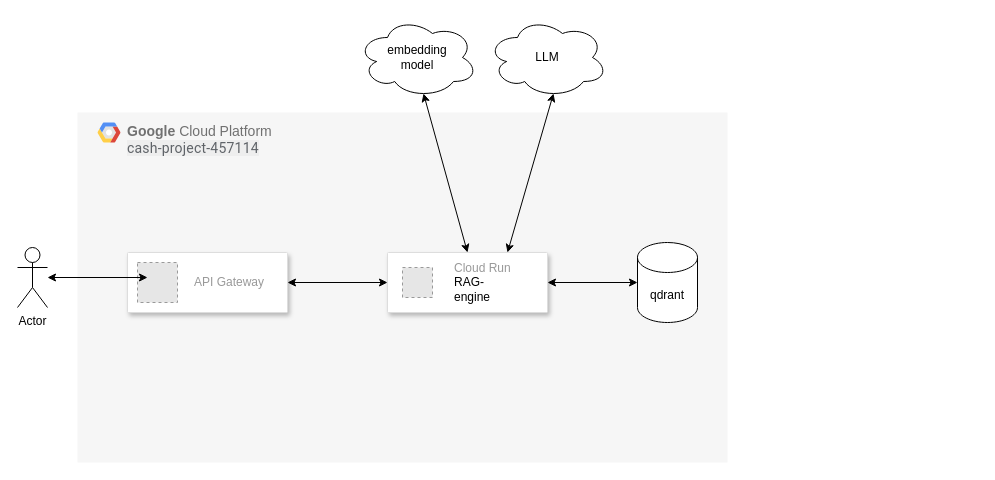
The draw.io diagram docs/infrastructure.drawio in mila-ai4h/rag_tool, before the edit. Source tidied: cells renumbered, new cells numbered last; positions are measured from the earlier drawing's top-left corner, leaving out a move shared by most shapes. Both pictures are drawn from the tidied source at 100%, with x=0, y=0 at pixel (17, 17). Pictures stored in the file or linked from it are replaced by grey dashed boxes.
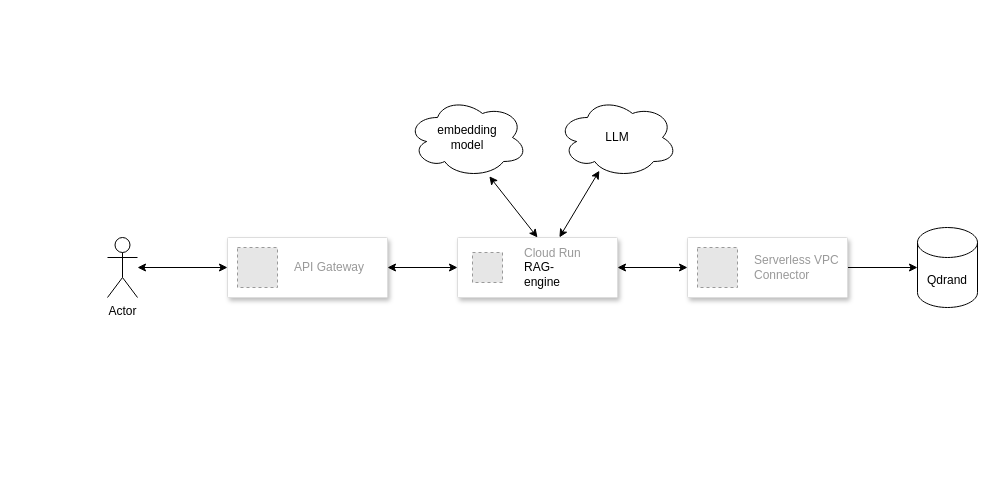
After the change.

Change to the diagram source:
```diff
@@
-    <mxCell id="2" value="&lt;b&gt;Google &lt;/b&gt;Cloud Platform&lt;div&gt;&lt;span style=&quot;color: rgb(95, 99, 104); font-family: Roboto, sans-serif; letter-spacing: 0.2px; background-color: rgba(60, 64, 67, 0.04);&quot;&gt;cash-project-457114&lt;/span&gt;&lt;/div&gt;" style="fillColor=#F6F6F6;strokeColor=none;shadow=0;gradientColor=none;fontSize=14;align=left;spacing=10;fontColor=#717171;9E9E9E;verticalAlign=top;spacingTop=-4;fontStyle=0;spacingLeft=40;html=1;whiteSpace=wrap;" parent="1" vertex="1">
-      <mxGeometry x="60" y="95" width="650" height="350" as="geometry" />
-    </mxCell>
-    <mxCell id="3" style="shape=mxgraph.gcp2.google_cloud_platform;fillColor=#F6F6F6;strokeColor=none;shadow=0;gradientColor=none;" parent="2" vertex="1">
-      <mxGeometry width="23" height="20" relative="1" as="geometry">
-        <mxPoint x="20" y="10" as="offset" />
-      </mxGeometry>
-    </mxCell>
-    <mxCell id="4" style="strokeColor=#dddddd;shadow=1;strokeWidth=1;rounded=1;absoluteArcSize=1;arcSize=2;" parent="2" vertex="1">
-      <mxGeometry x="310" y="140" width="160" height="60" as="geometry" />
-    </mxCell>
-    <mxCell id="5" value="Cloud Run&lt;br&gt;&lt;span style=&quot;color: rgb(0, 0, 0); text-align: center; text-wrap-mode: wrap;&quot;&gt;RAG-engine&lt;/span&gt;" style="fillColor=#E6E6E6;strokeColor=#999999;dashed=1;html=1;fontColor=#999999;verticalLabelPosition=middle;verticalAlign=middle;labelPosition=right;align=left;spacingLeft=20;" parent="4" vertex="1">
-      <mxGeometry width="30" height="30" relative="1" as="geometry">
-        <mxPoint x="15" y="15" as="offset" />
-      </mxGeometry>
-    </mxCell>
-    <mxCell id="6" style="edgeStyle=none;html=1;startArrow=classic;startFill=1;" parent="2" edge="1" source="7">
-      <mxGeometry relative="1" as="geometry">
-        <mxPoint x="310" y="170" as="targetPoint" />
-      </mxGeometry>
-    </mxCell>
-    <mxCell id="7" style="strokeColor=#dddddd;shadow=1;strokeWidth=1;rounded=1;absoluteArcSize=1;arcSize=2;" parent="2" vertex="1">
-      <mxGeometry x="50" y="140" width="160" height="60" as="geometry" />
-    </mxCell>
-    <mxCell id="8" value="API Gateway" style="fillColor=#E6E6E6;strokeColor=#999999;dashed=1;html=1;fontColor=#999999;verticalLabelPosition=middle;verticalAlign=middle;labelPosition=right;align=left;spacingLeft=20;" parent="7" vertex="1">
-      <mxGeometry width="30" height="30" relative="1" as="geometry">
-        <mxPoint x="15" y="15" as="offset" />
-      </mxGeometry>
-    </mxCell>
-    <mxCell id="9" style="fillColor=#E6E6E6;strokeColor=#999999;dashed=1;html=1;verticalAlign=top;labelPosition=center;verticalLabelPosition=bottom;align=center;spacingTop=-6;fontSize=11;fontStyle=1;fontColor=#999999;" parent="7" vertex="1">
-      <mxGeometry x="10" y="10" width="40" height="40" as="geometry" />
-    </mxCell>
-    <mxCell id="10" value="qdrant" style="shape=cylinder3;whiteSpace=wrap;html=1;boundedLbl=1;backgroundOutline=1;size=15;" parent="2" vertex="1">
-      <mxGeometry x="560" y="130" width="60" height="80" as="geometry" />
-    </mxCell>
-    <mxCell id="11" style="edgeStyle=none;html=1;startArrow=classic;startFill=1;" parent="2" edge="1" source="4" target="10">
-      <mxGeometry relative="1" as="geometry" />
-    </mxCell>
-    <mxCell id="12" style="edgeStyle=none;html=1;exitX=0.55;exitY=0.95;exitDx=0;exitDy=0;exitPerimeter=0;startArrow=classic;startFill=1;entryX=0.5;entryY=0;entryDx=0;entryDy=0;" parent="1" edge="1" source="13" target="4">
+    <mxCell id="12" style="edgeStyle=none;html=1;exitX=0.682;exitY=0.985;exitDx=0;exitDy=0;exitPerimeter=0;startArrow=classic;startFill=1;entryX=0.5;entryY=0;entryDx=0;entryDy=0;" parent="1" edge="1" source="13" target="4">
       <mxGeometry relative="1" as="geometry" />
     </mxCell>
     <mxCell id="13" value="embedding&lt;br&gt;model" style="ellipse;shape=cloud;whiteSpace=wrap;html=1;" parent="1" vertex="1">
-      <mxGeometry x="340" width="120" height="80" as="geometry" />
+      <mxGeometry x="390" y="80" width="120" height="80" as="geometry" />
     </mxCell>
     <mxCell id="14" value="LLM" style="ellipse;shape=cloud;whiteSpace=wrap;html=1;" parent="1" vertex="1">
-      <mxGeometry x="470" width="120" height="80" as="geometry" />
+      <mxGeometry x="540" y="80" width="120" height="80" as="geometry" />
     </mxCell>
-    <mxCell id="15" style="edgeStyle=none;html=1;exitX=0.55;exitY=0.95;exitDx=0;exitDy=0;exitPerimeter=0;entryX=0.75;entryY=0;entryDx=0;entryDy=0;startArrow=classic;startFill=1;" parent="1" edge="1" source="14" target="4">
+    <mxCell id="15" style="edgeStyle=none;html=1;entryX=0.637;entryY=-0.002;entryDx=0;entryDy=0;startArrow=classic;startFill=1;exitX=0.349;exitY=0.915;exitDx=0;exitDy=0;exitPerimeter=0;entryPerimeter=0;" parent="1" edge="1" source="14" target="4">
       <mxGeometry relative="1" as="geometry" />
     </mxCell>
-    <mxCell id="16" style="edgeStyle=none;html=1;startArrow=classic;startFill=1;" parent="1" edge="1" source="17">
-      <mxGeometry relative="1" as="geometry">
-        <mxPoint x="130" y="260" as="targetPoint" />
-      </mxGeometry>
+    <mxCell id="16" style="edgeStyle=none;html=1;startArrow=classic;startFill=1;entryX=0;entryY=0.5;entryDx=0;entryDy=0;" parent="1" edge="1" source="17" target="7">
+      <mxGeometry relative="1" as="geometry" />
     </mxCell>
     <mxCell id="17" value="Actor" style="shape=umlActor;verticalLabelPosition=bottom;verticalAlign=top;html=1;outlineConnect=0;" parent="1" vertex="1">
-      <mxGeometry y="230" width="30" height="60" as="geometry" />
+      <mxGeometry x="90" y="220" width="30" height="60" as="geometry" />
     </mxCell>
+    <mxCell id="18" style="edgeStyle=none;html=1;exitX=1;exitY=0.5;exitDx=0;exitDy=0;startArrow=classic;startFill=1;" parent="1" edge="1" source="7" target="4">
+      <mxGeometry relative="1" as="geometry" />
+    </mxCell>
+    <mxCell id="7" style="strokeColor=#dddddd;shadow=1;strokeWidth=1;rounded=1;absoluteArcSize=1;arcSize=2;" parent="1" vertex="1">
+      <mxGeometry x="210" y="220" width="160" height="60" as="geometry" />
+    </mxCell>
+    <mxCell id="8" value="API Gateway" style="fillColor=#E6E6E6;strokeColor=#999999;dashed=1;html=1;fontColor=#999999;verticalLabelPosition=middle;verticalAlign=middle;labelPosition=right;align=left;spacingLeft=20;" parent="7" vertex="1">
+      <mxGeometry width="30" height="30" relative="1" as="geometry">
+        <mxPoint x="15" y="15" as="offset" />
+      </mxGeometry>
+    </mxCell>
+    <mxCell id="9" style="fillColor=#E6E6E6;strokeColor=#999999;dashed=1;html=1;verticalAlign=top;labelPosition=center;verticalLabelPosition=bottom;align=center;spacingTop=-6;fontSize=11;fontStyle=1;fontColor=#999999;" parent="7" vertex="1">
+      <mxGeometry x="10" y="10" width="40" height="40" as="geometry" />
+    </mxCell>
+    <mxCell id="19" style="edgeStyle=none;html=1;exitX=1;exitY=0.5;exitDx=0;exitDy=0;entryX=0;entryY=0.5;entryDx=0;entryDy=0;startArrow=classic;startFill=1;" parent="1" edge="1" source="4" target="22">
+      <mxGeometry relative="1" as="geometry" />
+    </mxCell>
+    <mxCell id="4" style="strokeColor=#dddddd;shadow=1;strokeWidth=1;rounded=1;absoluteArcSize=1;arcSize=2;" parent="1" vertex="1">
+      <mxGeometry x="440" y="220" width="160" height="60" as="geometry" />
+    </mxCell>
+    <mxCell id="5" value="Cloud Run&lt;br&gt;&lt;span style=&quot;color: rgb(0, 0, 0); text-align: center; text-wrap-mode: wrap;&quot;&gt;RAG-engine&lt;/span&gt;" style="fillColor=#E6E6E6;strokeColor=#999999;dashed=1;html=1;fontColor=#999999;verticalLabelPosition=middle;verticalAlign=middle;labelPosition=right;align=left;spacingLeft=20;" parent="4" vertex="1">
+      <mxGeometry width="30" height="30" relative="1" as="geometry">
+        <mxPoint x="15" y="15" as="offset" />
+      </mxGeometry>
+    </mxCell>
+    <mxCell id="20" value="Qdrand" style="shape=cylinder3;whiteSpace=wrap;html=1;boundedLbl=1;backgroundOutline=1;size=15;" parent="1" vertex="1">
+      <mxGeometry x="900" y="210" width="60" height="80" as="geometry" />
+    </mxCell>
+    <mxCell id="21" style="edgeStyle=none;html=1;exitX=1;exitY=0.5;exitDx=0;exitDy=0;" parent="1" edge="1" source="22" target="20">
+      <mxGeometry relative="1" as="geometry" />
+    </mxCell>
+    <mxCell id="22" style="strokeColor=#dddddd;shadow=1;strokeWidth=1;rounded=1;absoluteArcSize=1;arcSize=2;" parent="1" vertex="1">
+      <mxGeometry x="670" y="220" width="160" height="60" as="geometry" />
+    </mxCell>
+    <mxCell id="23" value="Serverless VPC&amp;nbsp;&lt;br&gt;Connector" style="fillColor=#E6E6E6;strokeColor=#999999;dashed=1;html=1;fontColor=#999999;verticalLabelPosition=middle;verticalAlign=middle;labelPosition=right;align=left;spacingLeft=20;" parent="22" vertex="1">
+      <mxGeometry width="30" height="30" relative="1" as="geometry">
+        <mxPoint x="15" y="15" as="offset" />
+      </mxGeometry>
+    </mxCell>
+    <mxCell id="24" style="fillColor=#E6E6E6;strokeColor=#999999;dashed=1;html=1;verticalLabelPosition=bottom;labelBackgroundColor=#ffffff;verticalAlign=top;" parent="22" vertex="1">
+      <mxGeometry x="10" y="10" width="40" height="40" as="geometry" />
+    </mxCell>
```
